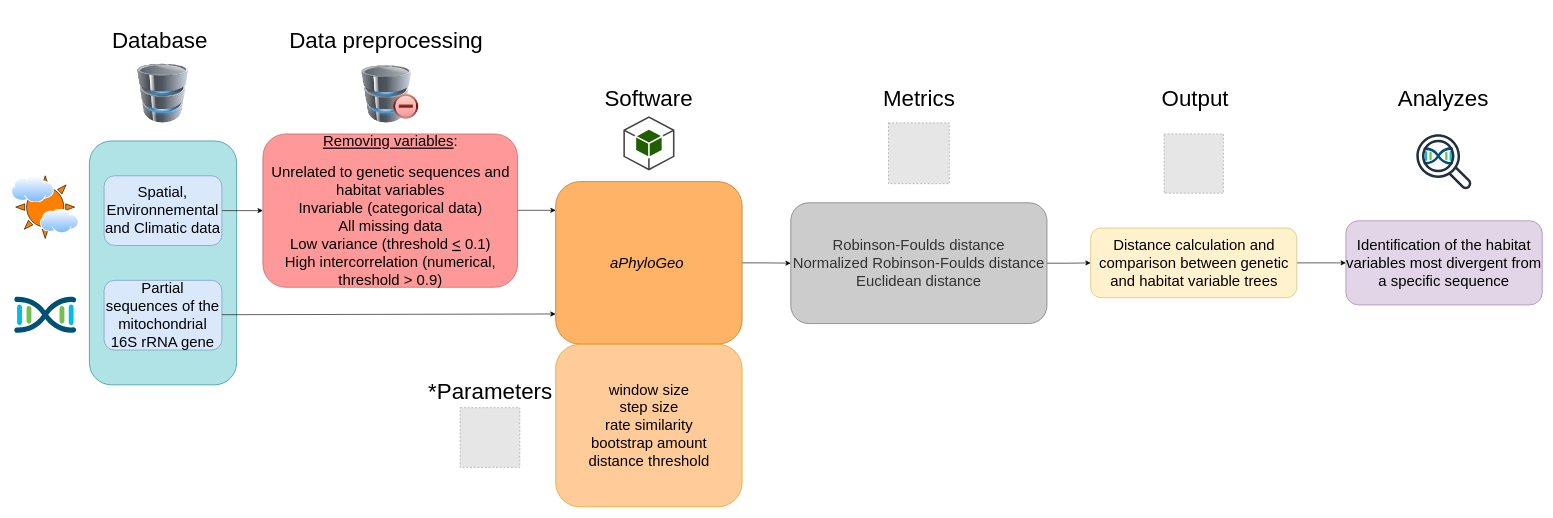
Above: papers/Gagnon_Kebe_Tahiri/diagram.drawio in tahiri-lab/scipy_proceedings_2024 (draw.io), before the change. Source tidied: cells renumbered, new cells numbered last; positions are measured from the earlier drawing's top-left corner, leaving out a move shared by most shapes. Both pictures are drawn from the tidied source at 62%, with x=0, y=0 at pixel (11, 11). Pictures stored in the file or linked from it are replaced by grey dashed boxes.
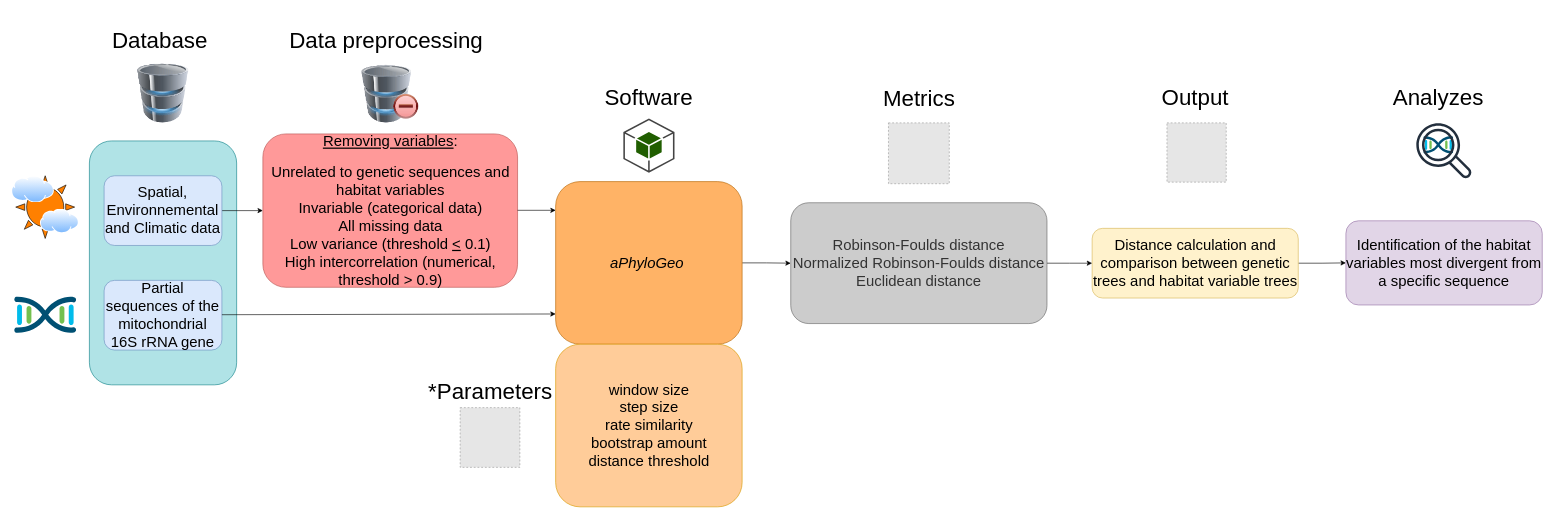
The same diagram, later.

Commit message:
Mettre à jour diagram.drawio

The change refers to these unchanged cells:
```xml
<mxCell id="2" style="group;" parent="1" vertex="1">
  <mxGeometry width="2470" height="800" as="geometry" />
</mxCell>
```

What changed in the source:
```diff
@@
-    <mxCell id="13" value="&lt;font style=&quot;font-size: 24px;&quot;&gt;Distance calculation and comparison between genetic and habitat variable trees&lt;/font&gt;" style="rounded=1;whiteSpace=wrap;html=1;fillColor=#fff2cc;strokeColor=#d6b656;" parent="2" vertex="1">
-      <mxGeometry x="1741.7" y="350.3" width="332.5" height="112.4" as="geometry" />
+    <mxCell id="13" value="&lt;font style=&quot;font-size: 24px;&quot;&gt;Distance calculation and comparison between genetic trees and habitat variable trees&lt;/font&gt;" style="rounded=1;whiteSpace=wrap;html=1;fillColor=#fff2cc;strokeColor=#d6b656;" parent="2" vertex="1">
+      <mxGeometry x="1744" y="350.8" width="332.5" height="112.4" as="geometry" />
     </mxCell>
@@
     <mxCell id="16" value="&lt;font style=&quot;font-size: 36px;&quot;&gt;Output&lt;/font&gt;" style="text;html=1;align=center;verticalAlign=middle;whiteSpace=wrap;rounded=0;fontSize=16;" parent="2" vertex="1">
-      <mxGeometry x="1864.7" y="93.7" width="91" height="93.7" as="geometry" />
+      <mxGeometry x="1864.7" y="93.6" width="91" height="93.7" as="geometry" />
     </mxCell>
@@
     <mxCell id="19" style="dashed=0;verticalLabelPosition=bottom;verticalAlign=top;align=center;html=1;shape=mxgraph.aws3.android;fillColor=#205E00;gradientColor=none;" parent="2" vertex="1">
-      <mxGeometry x="987.9" y="170" width="82.5" height="87.3" as="geometry" />
+      <mxGeometry x="987.9" y="173.7" width="82.5" height="87.3" as="geometry" />
     </mxCell>
@@
     <mxCell id="21" style="fillColor=#E6E6E6;strokeColor=#999999;dashed=1;html=1;verticalAlign=top;verticalLabelPosition=bottom;labelBackgroundColor=#ffffff;" parent="2" vertex="1">
-      <mxGeometry x="1860.1" y="198.5" width="95.6" height="95.6" as="geometry" />
+      <mxGeometry x="1864.7" y="180.7" width="95.6" height="95.6" as="geometry" />
     </mxCell>
@@
     <mxCell id="29" value="&lt;font style=&quot;font-size: 36px;&quot;&gt;Software&lt;/font&gt;" style="text;html=1;align=center;verticalAlign=middle;whiteSpace=wrap;rounded=0;fontSize=16;" parent="2" vertex="1">
-      <mxGeometry x="910.4" y="93.7" width="237.5" height="93.7" as="geometry" />
+      <mxGeometry x="910.4" y="93.6" width="237.5" height="93.7" as="geometry" />
     </mxCell>
@@
     <mxCell id="31" value="&lt;font style=&quot;font-size: 36px;&quot;&gt;Analyzes&lt;/font&gt;" style="text;html=1;align=center;verticalAlign=middle;whiteSpace=wrap;rounded=0;fontSize=16;" parent="2" vertex="1">
-      <mxGeometry x="2265.4" y="93.7" width="91" height="93.7" as="geometry" />
+      <mxGeometry x="2256.9" y="93.6" width="91" height="93.7" as="geometry" />
     </mxCell>
     <mxCell id="32" style="verticalLabelPosition=bottom;sketch=0;html=1;verticalAlign=top;align=center;shape=mxgraph.cisco19.cisco_dna;fillColor=#005073;strokeColor=none;" parent="2" vertex="1">
-      <mxGeometry x="2278.4" y="220" width="47.9" height="28.7" as="geometry" />
+      <mxGeometry x="2278.4" y="202" width="47.9" height="28.7" as="geometry" />
     </mxCell>
     <mxCell id="33" style="sketch=0;fontColor=#232F3E;gradientColor=none;fillColor=#232F3D;strokeColor=none;dashed=0;verticalLabelPosition=bottom;verticalAlign=top;align=center;html=1;fontSize=12;fontStyle=0;shape=mxgraph.aws4.magnifying_glass_2;" parent="2" vertex="1">
-      <mxGeometry x="2266.9" y="198.5" width="89.6" height="89.6" as="geometry" />
+      <mxGeometry x="2266.9" y="180.7" width="89.6" height="89.6" as="geometry" />
     </mxCell>
```
